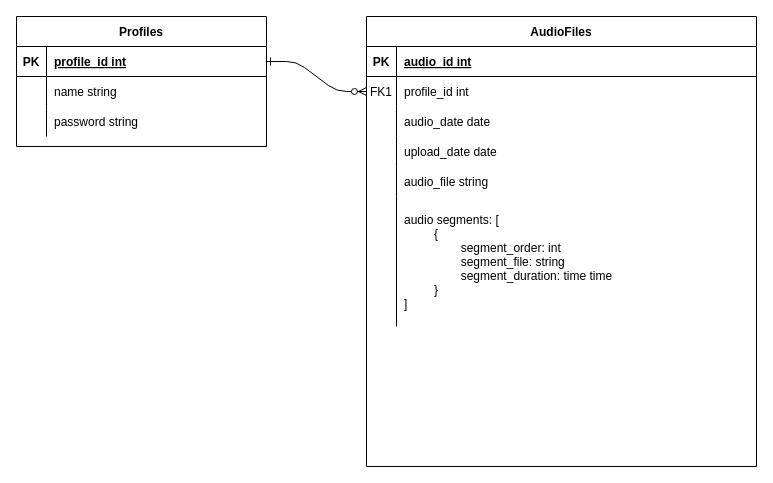
Before: voice patrol - entities.drawio in Defaultse/SERS, a draw.io diagram. Source tidied: cells renumbered, new cells numbered last; positions are measured from the earlier drawing's top-left corner, leaving out a move shared by most shapes. Both pictures are drawn from the tidied source at 100%, with x=0, y=0 at pixel (16, 16).
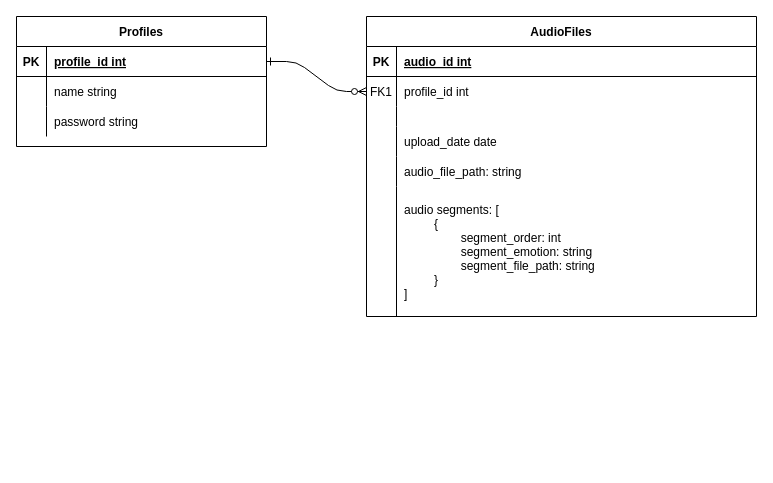
The same diagram, later.

The edit, as a diff of the source:
```diff
@@
     <mxCell id="3" value="AudioFiles" style="shape=table;startSize=30;childLayout=tableLayout;rowLines=0;fontStyle=1;align=center;" parent="1" vertex="1">
-      <mxGeometry x="350" width="390" height="450" as="geometry" />
+      <mxGeometry x="350" width="390" height="300" as="geometry" />
     </mxCell>
@@
     <mxCell id="10" style="shape=partialRectangle;fillColor=none;top=0;left=0;right=0;bottom=0;" parent="3" vertex="1">
-      <mxGeometry y="90" width="390" height="30" as="geometry" />
+      <mxGeometry y="90" width="390" height="20" as="geometry" />
     </mxCell>
     <mxCell id="11" style="shape=partialRectangle;overflow=hidden;fillColor=none;top=0;left=0;bottom=0;right=0;" parent="10" vertex="1">
-      <mxGeometry width="30" height="30" as="geometry" />
+      <mxGeometry width="30" height="20" as="geometry" />
     </mxCell>
-    <mxCell id="12" value="audio_date date" style="shape=partialRectangle;overflow=hidden;fillColor=none;top=0;left=0;bottom=0;right=0;align=left;spacingLeft=6;" parent="10" vertex="1">
-      <mxGeometry x="30" width="360" height="30" as="geometry" />
+    <mxCell id="12" style="shape=partialRectangle;overflow=hidden;fillColor=none;top=0;left=0;bottom=0;right=0;align=left;spacingLeft=6;" parent="10" vertex="1">
+      <mxGeometry x="30" width="360" height="20" as="geometry" />
     </mxCell>
     <mxCell id="13" style="shape=partialRectangle;fillColor=none;top=0;left=0;right=0;bottom=0;" parent="3" vertex="1">
-      <mxGeometry y="120" width="390" height="30" as="geometry" />
+      <mxGeometry y="110" width="390" height="30" as="geometry" />
     </mxCell>
@@
     <mxCell id="16" style="shape=partialRectangle;fillColor=none;top=0;left=0;right=0;bottom=0;" parent="3" vertex="1">
-      <mxGeometry y="150" width="390" height="30" as="geometry" />
+      <mxGeometry y="140" width="390" height="30" as="geometry" />
     </mxCell>
@@
-    <mxCell id="18" value="audio_file string" style="shape=partialRectangle;overflow=hidden;fillColor=none;top=0;left=0;bottom=0;right=0;align=left;spacingLeft=6;" parent="16" vertex="1">
+    <mxCell id="18" value="audio_file_path: string" style="shape=partialRectangle;overflow=hidden;fillColor=none;top=0;left=0;bottom=0;right=0;align=left;spacingLeft=6;" parent="16" vertex="1">
       <mxGeometry x="30" width="360" height="30" as="geometry" />
     </mxCell>
     <mxCell id="19" style="shape=partialRectangle;fillColor=none;top=0;left=0;right=0;bottom=0;" parent="3" vertex="1">
-      <mxGeometry y="180" width="390" height="130" as="geometry" />
+      <mxGeometry y="170" width="390" height="130" as="geometry" />
     </mxCell>
@@
-    <mxCell id="21" value="&#10;audio segments: [&#10;         { &#10;                 segment_order: int&#10;                 segment_file: string&#10;                 segment_duration: time time&#10;         }&#10;]&#10;" style="shape=partialRectangle;overflow=hidden;fillColor=none;top=0;left=0;bottom=0;right=0;align=left;spacingLeft=6;" parent="19" vertex="1">
+    <mxCell id="21" value="&#10;audio segments: [&#10;         { &#10;                 segment_order: int&#10;                 segment_emotion: string&#10;                 segment_file_path: string&#10;         }&#10;]&#10;" style="shape=partialRectangle;overflow=hidden;fillColor=none;top=0;left=0;bottom=0;right=0;align=left;spacingLeft=6;" parent="19" vertex="1">
       <mxGeometry x="30" width="360" height="130" as="geometry" />
     </mxCell>
```
